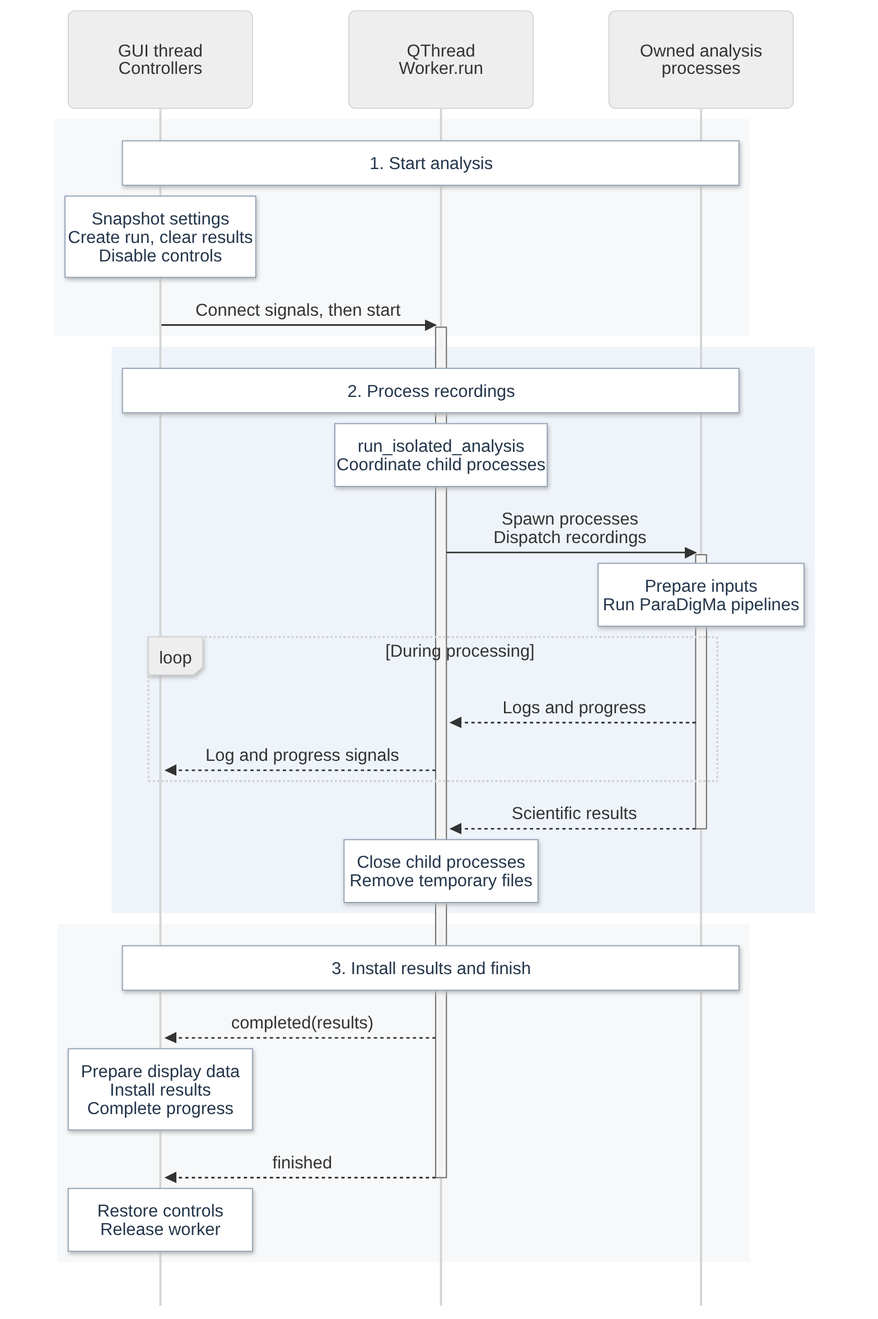
Before: docs/images/architecture/analysis-sequence.png, a diagram exported from Mermaid (biomarkersParkinson/ParaDigMa-Studio). Its source is kept beside it as docs/images/architecture/analysis-sequence.mmd.
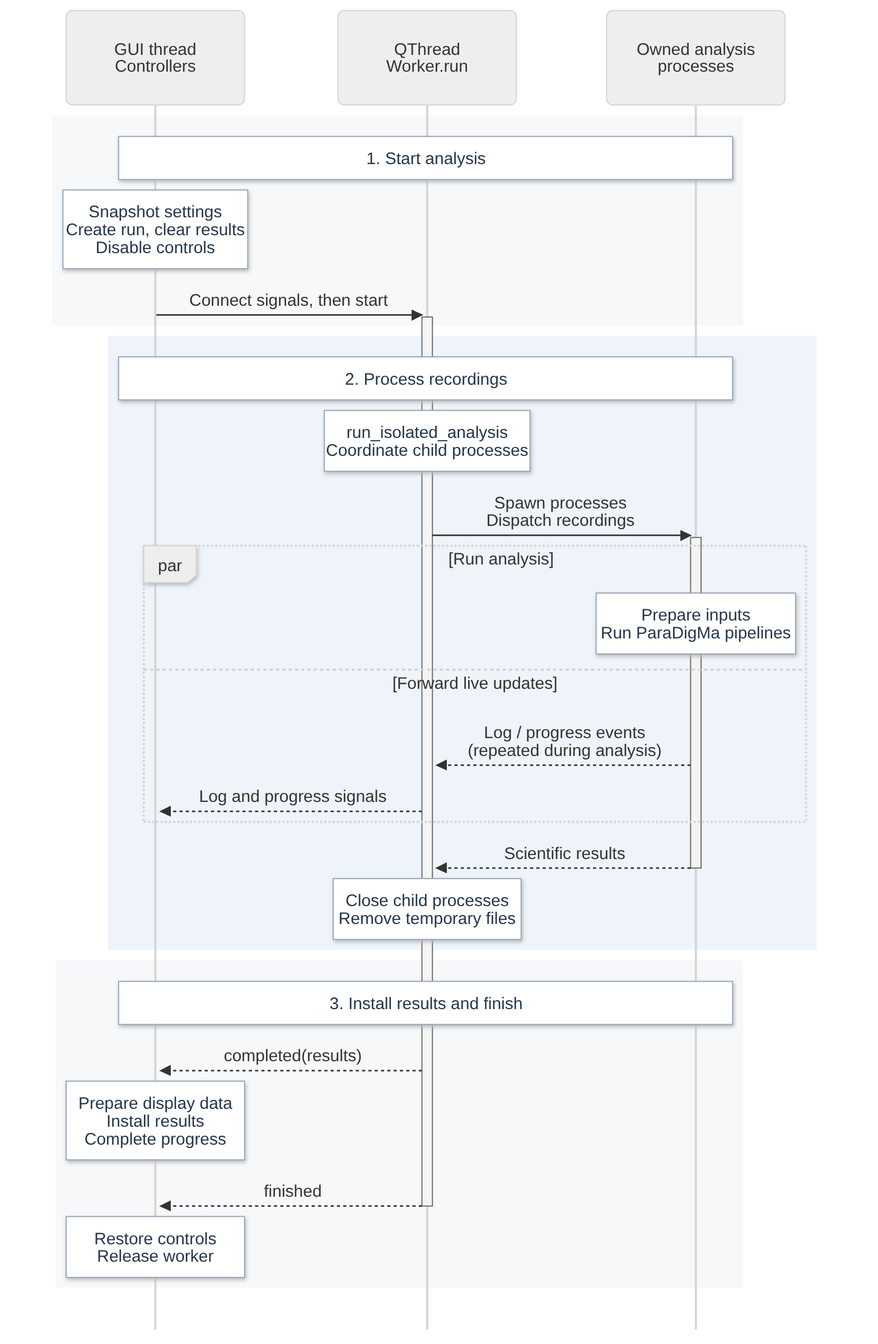
After the commit.

Commit message:
Show live analysis updates as concurrent activity

The edit, as a diff of the source:
```diff
@@ -29,9 +29,10 @@
         Note over Worker: run_isolated_analysis<br/>Coordinate child processes
         Worker->>Child: Spawn processes<br/>Dispatch recordings
         activate Child
-        Note over Child: Prepare inputs<br/>Run ParaDigMa pipelines
-        loop During processing
-            Child-->>Worker: Logs and progress
+        par Run analysis
+            Note over Child: Prepare inputs<br/>Run ParaDigMa pipelines
+        and Forward live updates
+            Child-->>Worker: Log / progress events<br/>(repeated during analysis)
             Worker-->>GUI: Log and progress signals
         end
         Child-->>Worker: Scientific results
```
